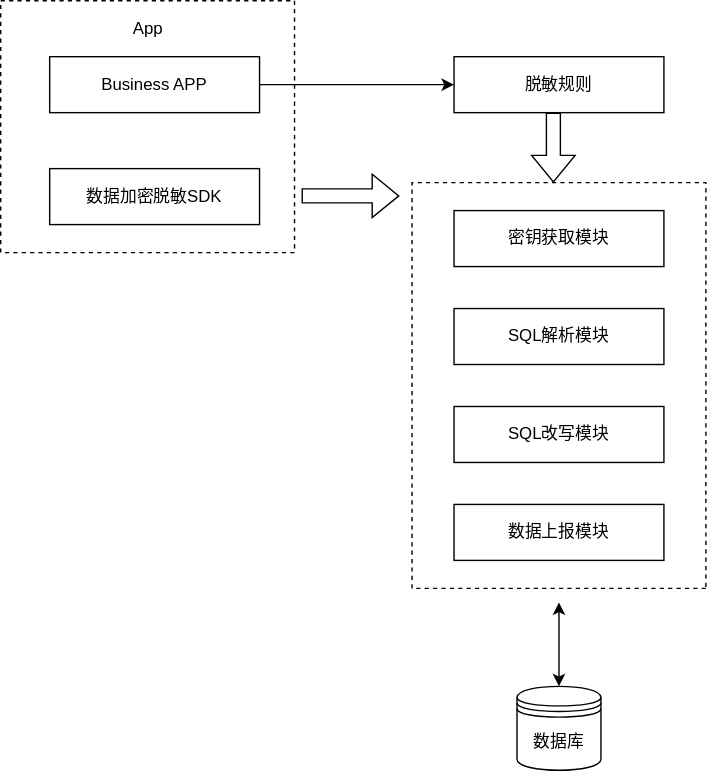
Before: 数据加密脱敏子系统架构.drawio.svg, a diagram exported from draw.io (HuangMingwang/diagrams). Source tidied: cells renumbered, new cells last; positions are measured from the earlier drawing's top-left corner, leaving out a move shared by most shapes.
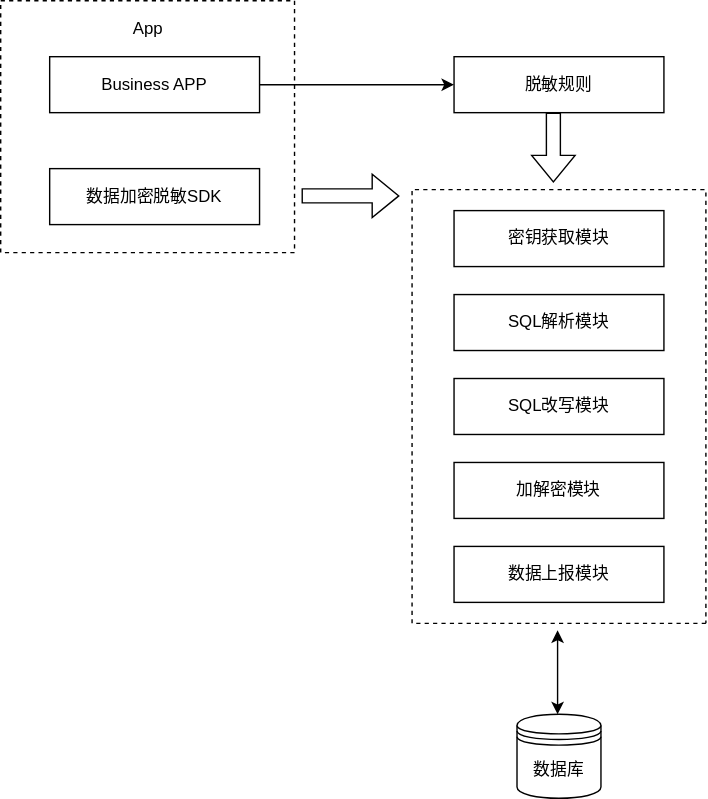
After the change.

Diff of the diagram source:
```diff
@@ -32,10 +32,10 @@
       <mxGeometry x="324" y="150" width="150" height="40" as="geometry" />
     </mxCell>
     <mxCell id="9" value="SQL解析模块" style="rounded=0;whiteSpace=wrap;html=1;" parent="1" vertex="1">
-      <mxGeometry x="324" y="220" width="150" height="40" as="geometry" />
+      <mxGeometry x="324" y="210" width="150" height="40" as="geometry" />
     </mxCell>
     <mxCell id="10" value="SQL改写模块" style="rounded=0;whiteSpace=wrap;html=1;" parent="1" vertex="1">
-      <mxGeometry x="324" y="290" width="150" height="40" as="geometry" />
+      <mxGeometry x="324" y="270" width="150" height="40" as="geometry" />
     </mxCell>
     <mxCell id="11" style="shape=flexArrow;endArrow=classic;html=1;rounded=0;" parent="1" edge="1">
       <mxGeometry relative="1" as="geometry">
@@ -45,18 +45,18 @@
     </mxCell>
     <mxCell id="12" style="endArrow=none;dashed=1;html=1;rounded=0;" parent="1" edge="1">
       <mxGeometry relative="1" as="geometry">
-        <mxPoint x="504" y="420" as="sourcePoint" />
-        <mxPoint x="504" y="420" as="targetPoint" />
+        <mxPoint x="504" y="445" as="sourcePoint" />
+        <mxPoint x="504" y="445" as="targetPoint" />
         <Array as="points">
-          <mxPoint x="294" y="420" />
-          <mxPoint x="294" y="130" />
-          <mxPoint x="395" y="130" />
-          <mxPoint x="504" y="130" />
+          <mxPoint x="294" y="445" />
+          <mxPoint x="294" y="135" />
+          <mxPoint x="395" y="135" />
+          <mxPoint x="504" y="135" />
         </Array>
       </mxGeometry>
     </mxCell>
-    <mxCell id="13" value="数据上报模块" style="rounded=0;whiteSpace=wrap;html=1;" parent="1" vertex="1">
-      <mxGeometry x="324" y="360" width="150" height="40" as="geometry" />
+    <mxCell id="13" value="加解密模块" style="rounded=0;whiteSpace=wrap;html=1;" parent="1" vertex="1">
+      <mxGeometry x="324" y="330" width="150" height="40" as="geometry" />
     </mxCell>
     <mxCell id="14" style="shape=flexArrow;endArrow=classic;html=1;rounded=0;" parent="1" edge="1">
       <mxGeometry relative="1" as="geometry">
@@ -66,12 +66,15 @@
     </mxCell>
     <mxCell id="15" style="endArrow=classic;startArrow=classic;html=1;rounded=0;" parent="1" edge="1">
       <mxGeometry relative="1" as="geometry">
-        <mxPoint x="399" y="490" as="sourcePoint" />
-        <mxPoint x="399" y="430" as="targetPoint" />
+        <mxPoint x="398" y="510" as="sourcePoint" />
+        <mxPoint x="398" y="450" as="targetPoint" />
       </mxGeometry>
     </mxCell>
     <mxCell id="16" value="数据库" style="shape=datastore;whiteSpace=wrap;html=1;" parent="1" vertex="1">
-      <mxGeometry x="369" y="490" width="60" height="60" as="geometry" />
+      <mxGeometry x="369" y="510" width="60" height="60" as="geometry" />
     </mxCell>
+    <mxCell id="17" value="数据上报模块" style="rounded=0;whiteSpace=wrap;html=1;" parent="1" vertex="1">
+      <mxGeometry x="324" y="390" width="150" height="40" as="geometry" />
+    </mxCell>
   </root>
 </mxGraphModel>
```
